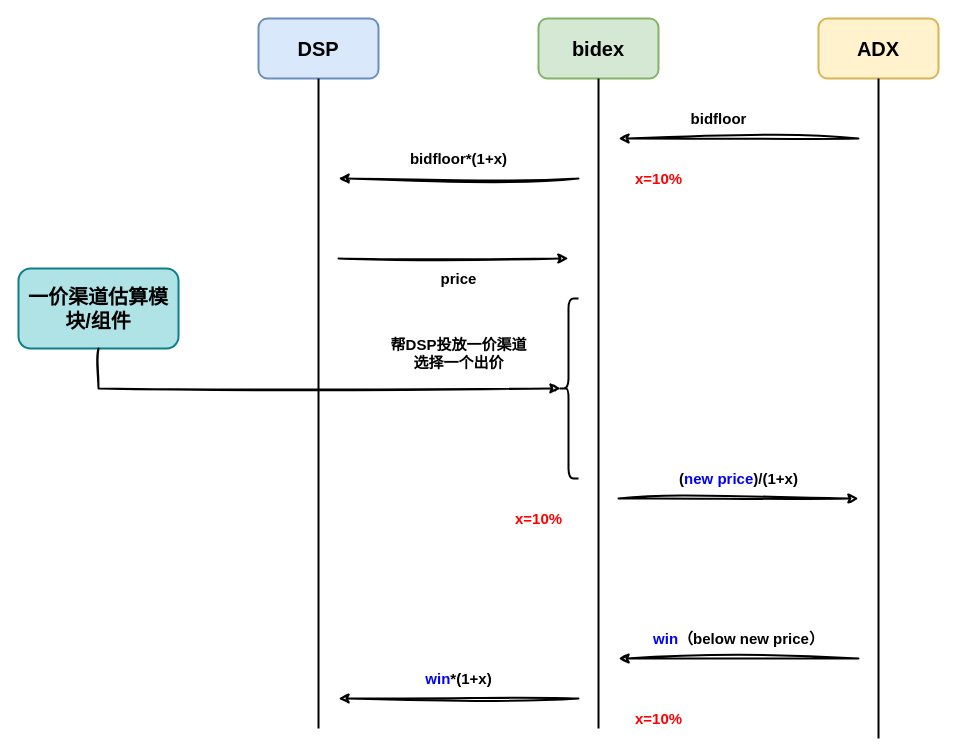
Earlier version of the draw.io diagram sunteng/bidex/一价渠道出价优化-now.drawio (donscoco/diagrams). Source tidied: cells renumbered, new cells numbered last; positions are measured from the earlier drawing's top-left corner, leaving out a move shared by most shapes. Both pictures are drawn from the tidied source at 100%, with x=0, y=0 at pixel (18, 18).
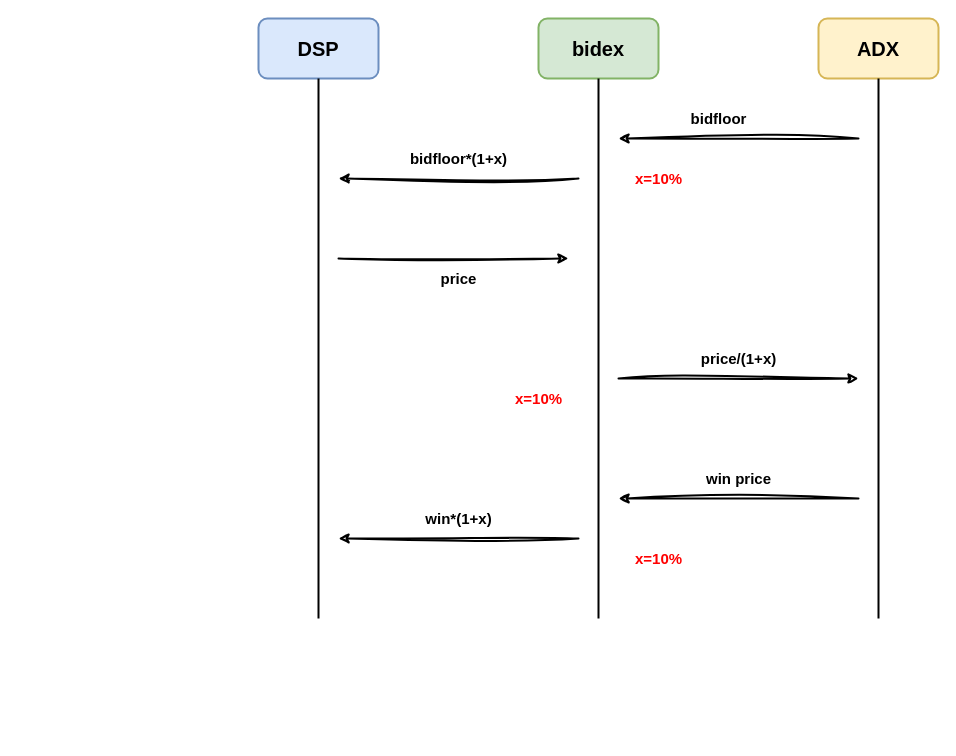
After the change.

Commit message:
更新一价渠道出价优化-now.drawio

What changed in the source:
```diff
@@
     <mxCell id="5" style="line;strokeWidth=2;direction=south;html=1;" parent="1" vertex="1">
-      <mxGeometry x="295" y="60" width="10" height="650" as="geometry" />
+      <mxGeometry x="295" y="60" width="10" height="540" as="geometry" />
     </mxCell>
     <mxCell id="6" style="line;strokeWidth=2;direction=south;html=1;" parent="1" vertex="1">
-      <mxGeometry x="575" y="60" width="10" height="650" as="geometry" />
+      <mxGeometry x="575" y="60" width="10" height="540" as="geometry" />
     </mxCell>
     <mxCell id="7" style="line;strokeWidth=2;direction=south;html=1;" parent="1" vertex="1">
-      <mxGeometry x="855" y="60" width="10" height="660" as="geometry" />
+      <mxGeometry x="855" y="60" width="10" height="540" as="geometry" />
     </mxCell>
@@
     <mxCell id="9" style="endArrow=classic;html=1;rounded=0;fontStyle=1;strokeWidth=2;sketch=1;curveFitting=1;jiggle=2;" parent="1" edge="1">
       <mxGeometry relative="1" as="geometry">
-        <mxPoint x="600" y="480" as="sourcePoint" />
-        <mxPoint x="840" y="480" as="targetPoint" />
+        <mxPoint x="600" y="360" as="sourcePoint" />
+        <mxPoint x="840" y="360" as="targetPoint" />
       </mxGeometry>
     </mxCell>
@@
     <mxCell id="12" style="endArrow=classic;html=1;rounded=0;fontStyle=1;strokeWidth=2;sketch=1;curveFitting=1;jiggle=2;" parent="1" edge="1">
       <mxGeometry relative="1" as="geometry">
-        <mxPoint x="840" y="640" as="sourcePoint" />
-        <mxPoint x="600" y="640" as="targetPoint" />
+        <mxPoint x="840" y="480" as="sourcePoint" />
+        <mxPoint x="600" y="480" as="targetPoint" />
       </mxGeometry>
     </mxCell>
     <mxCell id="13" style="endArrow=classic;html=1;rounded=0;fontStyle=1;strokeWidth=2;sketch=1;curveFitting=1;jiggle=2;" parent="1" edge="1">
       <mxGeometry relative="1" as="geometry">
-        <mxPoint x="560" y="680" as="sourcePoint" />
-        <mxPoint x="320" y="680" as="targetPoint" />
+        <mxPoint x="560" y="520" as="sourcePoint" />
+        <mxPoint x="320" y="520" as="targetPoint" />
       </mxGeometry>
     </mxCell>
@@
-    <mxCell id="17" value="(&lt;font color=&quot;#0000ff&quot;&gt;new price&lt;/font&gt;)/(1+x)" style="text;strokeColor=none;fillColor=none;html=1;fontSize=15;fontStyle=1;verticalAlign=middle;align=center;" parent="1" vertex="1">
-      <mxGeometry x="680" y="440" width="80" height="40" as="geometry" />
+    <mxCell id="17" value="price/(1+x)" style="text;strokeColor=none;fillColor=none;html=1;fontSize=15;fontStyle=1;verticalAlign=middle;align=center;" parent="1" vertex="1">
+      <mxGeometry x="680" y="320" width="80" height="40" as="geometry" />
     </mxCell>
-    <mxCell id="18" value="&lt;font color=&quot;#0000ff&quot;&gt;win&lt;/font&gt;*(1+x)" style="text;strokeColor=none;fillColor=none;html=1;fontSize=15;fontStyle=1;verticalAlign=middle;align=center;" parent="1" vertex="1">
-      <mxGeometry x="400" y="640" width="80" height="40" as="geometry" />
+    <mxCell id="18" value="win*(1+x)" style="text;strokeColor=none;fillColor=none;html=1;fontSize=15;fontStyle=1;verticalAlign=middle;align=center;" parent="1" vertex="1">
+      <mxGeometry x="400" y="480" width="80" height="40" as="geometry" />
     </mxCell>
-    <mxCell id="19" value="win&lt;font color=&quot;#000000&quot;&gt;（below new price）&lt;/font&gt;" style="text;strokeColor=none;fillColor=none;html=1;fontSize=15;fontStyle=1;verticalAlign=middle;align=center;fontColor=#0000FF;" parent="1" vertex="1">
-      <mxGeometry x="600" y="600" width="240" height="40" as="geometry" />
+    <mxCell id="19" value="win price" style="text;strokeColor=none;fillColor=none;html=1;fontSize=15;fontStyle=1;verticalAlign=middle;align=center;" parent="1" vertex="1">
+      <mxGeometry x="680" y="440" width="80" height="40" as="geometry" />
     </mxCell>
@@
     <mxCell id="21" value="x=10%" style="text;strokeColor=none;fillColor=none;html=1;fontSize=15;fontStyle=1;verticalAlign=middle;align=center;fontColor=#FF0000;" parent="1" vertex="1">
-      <mxGeometry x="480" y="480" width="80" height="40" as="geometry" />
+      <mxGeometry x="480" y="360" width="80" height="40" as="geometry" />
     </mxCell>
     <mxCell id="22" value="x=10%" style="text;strokeColor=none;fillColor=none;html=1;fontSize=15;fontStyle=1;verticalAlign=middle;align=center;fontColor=#FF0000;" parent="1" vertex="1">
-      <mxGeometry x="600" y="680" width="80" height="40" as="geometry" />
+      <mxGeometry x="600" y="520" width="80" height="40" as="geometry" />
     </mxCell>
-    <mxCell id="23" style="shape=curlyBracket;whiteSpace=wrap;html=1;rounded=1;labelPosition=left;verticalLabelPosition=middle;align=right;verticalAlign=middle;fontStyle=1;strokeWidth=2;" parent="1" vertex="1">
-      <mxGeometry x="540" y="280" width="20" height="180" as="geometry" />
-    </mxCell>
-    <mxCell id="24" value="帮DSP投放一价渠道&lt;br&gt;选择一个出价" style="text;strokeColor=none;fillColor=none;html=1;fontSize=15;fontStyle=1;verticalAlign=middle;align=center;" parent="1" vertex="1">
-      <mxGeometry x="325" y="310" width="230" height="50" as="geometry" />
-    </mxCell>
-    <mxCell id="25" value="一价渠道估算模块/组件" style="rounded=1;whiteSpace=wrap;html=1;strokeWidth=2;fillWeight=4;hachureGap=8;hachureAngle=45;fillColor=#b0e3e6;strokeColor=#0e8088;fontStyle=1;fontSize=20;" parent="1" vertex="1">
-      <mxGeometry y="250" width="160" height="80" as="geometry" />
-    </mxCell>
-    <mxCell id="26" style="endArrow=classic;html=1;rounded=0;fontStyle=1;strokeWidth=2;sketch=1;curveFitting=1;jiggle=2;exitX=0.5;exitY=1;exitDx=0;exitDy=0;entryX=0.1;entryY=0.5;entryDx=0;entryDy=0;entryPerimeter=0;" parent="1" edge="1" source="25" target="23">
-      <mxGeometry relative="1" as="geometry">
-        <Array as="points">
-          <mxPoint x="80" y="370" />
-        </Array>
-      </mxGeometry>
-    </mxCell>
```
